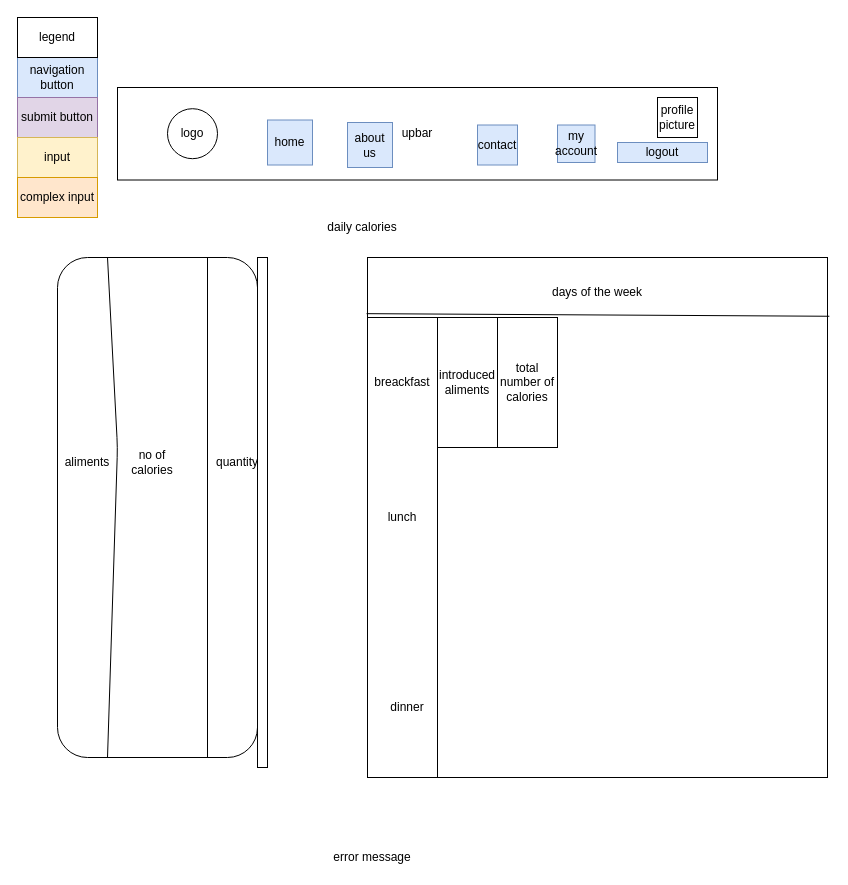
Above: page "make.your.own.menu" (6 of 8) of docs/design/design.drawio in Ioan-Alexandru96/wellness-app (draw.io), before the change. Source tidied: cells renumbered, new cells numbered last; positions are measured from the earlier drawing's top-left corner, leaving out a move shared by most shapes. Both pictures are drawn from the tidied source at 100%, with x=0, y=0 at pixel (17, 17).
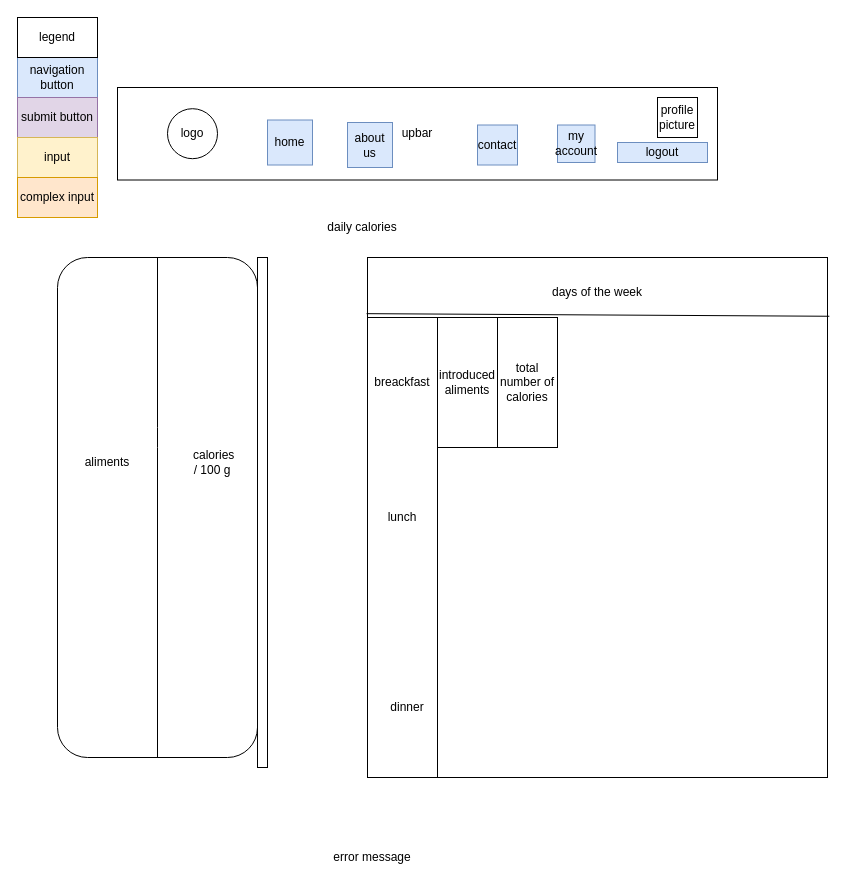
Above is the later version.

Unchanged cells that the change refers to:
```xml
<mxCell id="15" style="rounded=1;whiteSpace=wrap;html=1;" parent="1" vertex="1">
  <mxGeometry x="40" y="240" width="200" height="500" as="geometry" />
</mxCell>
```

Diff of the diagram source:
```diff
@@
-    <mxCell id="17" style="endArrow=none;html=1;exitX=0.25;exitY=1;exitDx=0;exitDy=0;entryX=0.25;entryY=0;entryDx=0;entryDy=0;" parent="1" edge="1" source="15" target="15">
+    <mxCell id="17" style="endArrow=none;html=1;exitX=0.5;exitY=1;exitDx=0;exitDy=0;entryX=0.5;entryY=0;entryDx=0;entryDy=0;" parent="1" edge="1" source="15" target="15">
       <mxGeometry relative="1" as="geometry">
         <Array as="points">
-          <mxPoint x="100" y="430" />
+          <mxPoint x="140" y="420" />
         </Array>
       </mxGeometry>
     </mxCell>
     <mxCell id="18" value="aliments" style="text;html=1;strokeColor=none;fillColor=none;align=center;verticalAlign=middle;whiteSpace=wrap;rounded=0;" parent="1" vertex="1">
-      <mxGeometry x="50" y="430" width="40" height="30" as="geometry" />
+      <mxGeometry x="70" y="430" width="40" height="30" as="geometry" />
     </mxCell>
-    <mxCell id="19" value="no of calories" style="text;html=1;strokeColor=none;fillColor=none;align=center;verticalAlign=middle;whiteSpace=wrap;rounded=0;" parent="1" vertex="1">
-      <mxGeometry x="110" y="430" width="50" height="30" as="geometry" />
+    <mxCell id="19" value="&amp;nbsp;calories / 100 g" style="text;html=1;strokeColor=none;fillColor=none;align=center;verticalAlign=middle;whiteSpace=wrap;rounded=0;" parent="1" vertex="1">
+      <mxGeometry x="170" y="430" width="50" height="30" as="geometry" />
     </mxCell>
@@
-    <mxCell id="21" style="endArrow=none;html=1;exitX=0.75;exitY=1;exitDx=0;exitDy=0;entryX=0.75;entryY=0;entryDx=0;entryDy=0;" parent="1" edge="1" source="15" target="15">
-      <mxGeometry relative="1" as="geometry" />
-    </mxCell>
-    <mxCell id="22" value="quantity" style="text;html=1;strokeColor=none;fillColor=none;align=center;verticalAlign=middle;whiteSpace=wrap;rounded=0;" parent="1" vertex="1">
-      <mxGeometry x="200" y="435" width="40" height="20" as="geometry" />
-    </mxCell>
```
